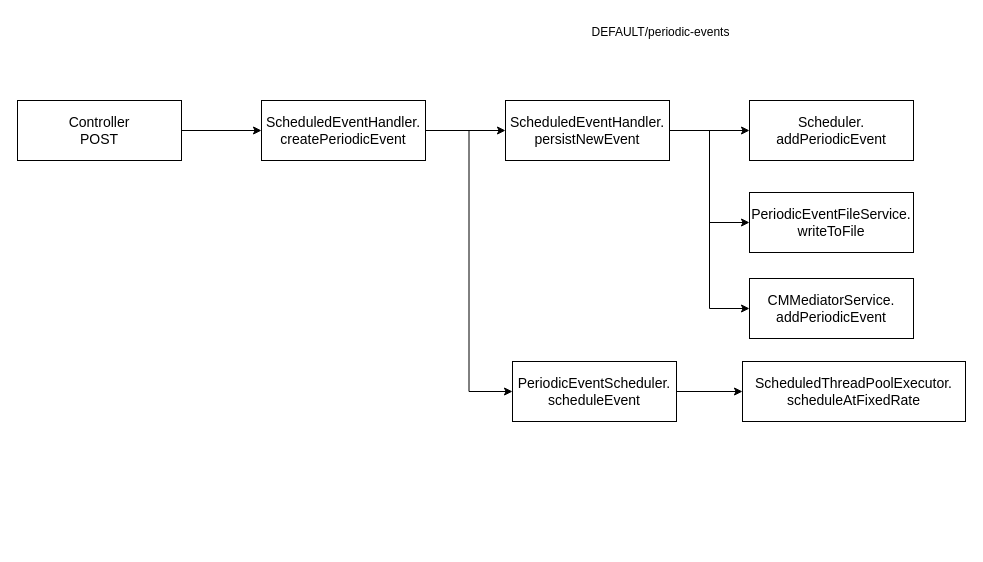
This is page "Page-1" (1 of 2) of scheduler_BRO.drawio from Albert-W/Draw_io, a draw.io file, before an edit. Source tidied: cells renumbered, new cells numbered last; positions are measured from the earlier drawing's top-left corner, leaving out a move shared by most shapes. Both pictures are drawn from the tidied source at 100%, with x=0, y=0 at pixel (17, 17).
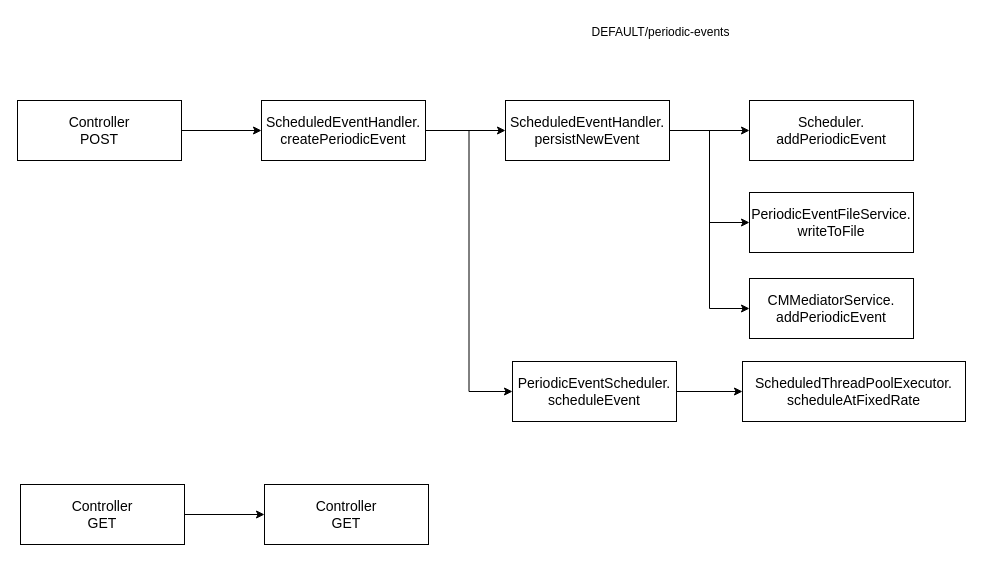
After the change.

The edit, as a diff of the source:
```diff
@@
+    <mxCell id="18" style="edgeStyle=orthogonalEdgeStyle;rounded=0;jettySize=auto;html=1;" parent="1" edge="1" source="19" target="20">
+      <mxGeometry relative="1" as="geometry" />
+    </mxCell>
+    <mxCell id="19" value="&lt;div&gt;Controller&lt;/div&gt;GET" style="whiteSpace=wrap;html=1;align=center;newEdgeStyle={&quot;edgeStyle&quot;:&quot;elbowEdgeStyle&quot;,&quot;startArrow&quot;:&quot;none&quot;,&quot;endArrow&quot;:&quot;none&quot;};fontStyle=0;fontSize=14;" parent="1" vertex="1">
+      <mxGeometry x="3" y="467" width="164" height="60" as="geometry" />
+    </mxCell>
+    <mxCell id="20" value="&lt;div&gt;Controller&lt;/div&gt;GET" style="whiteSpace=wrap;html=1;align=center;newEdgeStyle={&quot;edgeStyle&quot;:&quot;elbowEdgeStyle&quot;,&quot;startArrow&quot;:&quot;none&quot;,&quot;endArrow&quot;:&quot;none&quot;};fontStyle=0;fontSize=14;" parent="1" vertex="1">
+      <mxGeometry x="247" y="467" width="164" height="60" as="geometry" />
+    </mxCell>
```
